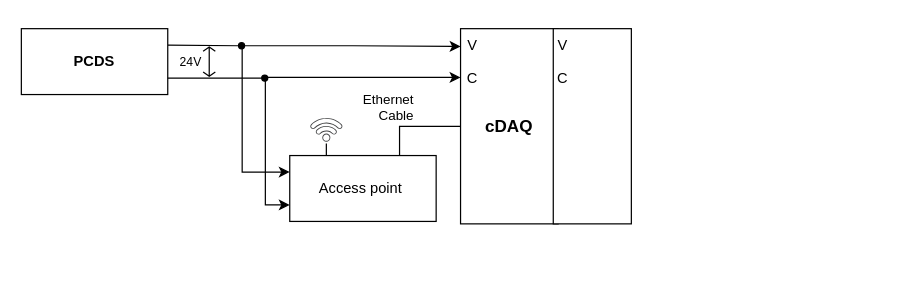
This is Ele_Layout.drawio from AnuragMTP/Figures-thesis, a draw.io file, before an edit. Source tidied: cells renumbered, new cells numbered last; positions are measured from the earlier drawing's top-left corner, leaving out a move shared by most shapes. Both pictures are drawn from the tidied source at 122%, with x=0, y=0 at pixel (21, 27).
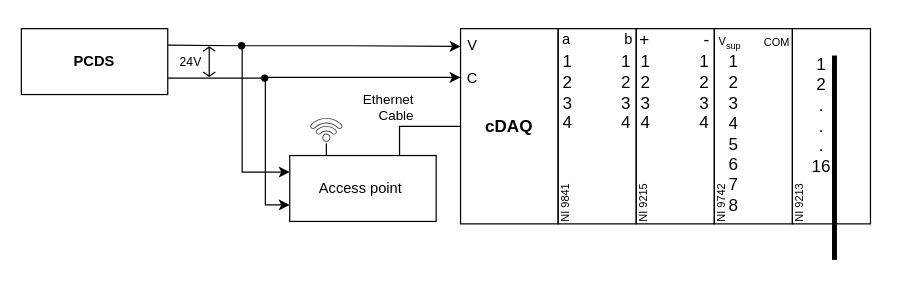
The same page after the edit.

What changed in the source:
```diff
@@
+    <mxCell id="25" style="group;" parent="1" vertex="1">
+      <mxGeometry x="340" y="-5" width="375" height="195" as="geometry" />
+    </mxCell>
-    <mxCell id="17" style="group;" parent="1" vertex="1">
-      <mxGeometry x="340" width="100" height="161" as="geometry" />
+    <mxCell id="17" style="group;" parent="25" vertex="1">
+      <mxGeometry y="5" width="100" height="161" as="geometry" />
     </mxCell>
@@
-    <mxCell id="21" style="group;" parent="1" vertex="1">
-      <mxGeometry x="420" width="80" height="161" as="geometry" />
-    </mxCell>
-    <mxCell id="22" style="rounded=0;whiteSpace=wrap;html=1;labelPosition=center;verticalLabelPosition=middle;align=center;verticalAlign=middle;" parent="21" vertex="1">
-      <mxGeometry x="16" y="1" width="64" height="160" as="geometry" />
-    </mxCell>
-    <mxCell id="23" value="V" style="text;html=1;strokeColor=none;fillColor=none;align=center;verticalAlign=middle;whiteSpace=wrap;rounded=0;" parent="21" vertex="1">
-      <mxGeometry width="48" height="30" as="geometry" />
-    </mxCell>
-    <mxCell id="24" value="C" style="text;html=1;strokeColor=none;fillColor=none;align=center;verticalAlign=middle;whiteSpace=wrap;rounded=0;" parent="21" vertex="1">
-      <mxGeometry y="27" width="48" height="30" as="geometry" />
-    </mxCell>
+    <mxCell id="26" style="group;" parent="25" vertex="1">
+      <mxGeometry x="84" width="291" height="195" as="geometry" />
+    </mxCell>
+    <mxCell id="27" style="group;" parent="26" vertex="1">
+      <mxGeometry x="64" width="99" height="166" as="geometry" />
+    </mxCell>
+    <mxCell id="28" style="group;" parent="27" vertex="1">
+      <mxGeometry width="99" height="166" as="geometry" />
+    </mxCell>
+    <mxCell id="29" style="group;" parent="28" vertex="1">
+      <mxGeometry y="5" width="99" height="161" as="geometry" />
+    </mxCell>
+    <mxCell id="30" style="rounded=0;whiteSpace=wrap;html=1;labelPosition=center;verticalLabelPosition=middle;align=center;verticalAlign=middle;fillColor=none;" parent="29" vertex="1">
+      <mxGeometry x="16" y="1" width="64" height="160" as="geometry" />
+    </mxCell>
+    <mxCell id="31" style="group;" parent="29" vertex="1">
+      <mxGeometry x="-1" y="-5" width="98" height="75" as="geometry" />
+    </mxCell>
+    <mxCell id="32" value="&lt;font style=&quot;&quot;&gt;&lt;span style=&quot;font-size: 14px;&quot;&gt;1&lt;/span&gt;&lt;br&gt;&lt;span style=&quot;font-size: 14px;&quot;&gt;2&lt;/span&gt;&lt;br&gt;&lt;span style=&quot;font-size: 14px;&quot;&gt;3&lt;/span&gt;&lt;br&gt;&lt;div style=&quot;text-align: left;&quot;&gt;&lt;span style=&quot;font-size: 14px;&quot;&gt;4&lt;/span&gt;&lt;/div&gt;&lt;/font&gt;" style="text;html=1;strokeColor=none;fillColor=none;align=center;verticalAlign=middle;whiteSpace=wrap;rounded=0;" parent="31" vertex="1">
+      <mxGeometry x="1" y="43" width="48" height="30" as="geometry" />
+    </mxCell>
+    <mxCell id="33" value="&lt;font style=&quot;font-size: 14px;&quot;&gt;+&lt;/font&gt;" style="text;html=1;strokeColor=none;fillColor=none;align=center;verticalAlign=middle;whiteSpace=wrap;rounded=0;" parent="31" vertex="1">
+      <mxGeometry width="48" height="30" as="geometry" />
+    </mxCell>
+    <mxCell id="34" value="&lt;font style=&quot;font-size: 14px;&quot;&gt;1&lt;br&gt;2&lt;br&gt;3&lt;br&gt;4&lt;/font&gt;" style="text;html=1;strokeColor=none;fillColor=none;align=center;verticalAlign=middle;whiteSpace=wrap;rounded=0;" parent="31" vertex="1">
+      <mxGeometry x="49" y="43" width="48" height="30" as="geometry" />
+    </mxCell>
+    <mxCell id="35" style="edgeStyle=elbowEdgeStyle;rounded=0;orthogonalLoop=1;jettySize=auto;html=1;exitX=0.75;exitY=0;exitDx=0;exitDy=0;fontSize=14;fontColor=none;endArrow=none;endFill=0;" parent="31" edge="1" source="32" target="32">
+      <mxGeometry relative="1" as="geometry" />
+    </mxCell>
+    <mxCell id="36" value="&lt;font style=&quot;font-size: 9px;&quot;&gt;NI 9215&lt;/font&gt;" style="text;html=1;strokeColor=none;fillColor=none;align=center;verticalAlign=top;whiteSpace=wrap;rounded=0;fontSize=12;fontColor=none;rotation=270;flipV=1;flipH=1;direction=west;horizontal=1;textDirection=ltr;" parent="29" vertex="1">
+      <mxGeometry x="-8" y="129" width="60" height="30" as="geometry" />
+    </mxCell>
+    <mxCell id="37" value="&lt;font style=&quot;font-size: 14px;&quot;&gt;-&lt;/font&gt;" style="text;html=1;strokeColor=none;fillColor=none;align=center;verticalAlign=middle;whiteSpace=wrap;rounded=0;" parent="28" vertex="1">
+      <mxGeometry x="50" width="48" height="30" as="geometry" />
+    </mxCell>
+    <mxCell id="38" style="group;" parent="26" vertex="1">
+      <mxGeometry x="192" width="99" height="195" as="geometry" />
+    </mxCell>
+    <mxCell id="39" style="group;" parent="38" vertex="1">
+      <mxGeometry width="99" height="195" as="geometry" />
+    </mxCell>
+    <mxCell id="40" style="group;" parent="39" vertex="1">
+      <mxGeometry y="5" width="99" height="190" as="geometry" />
+    </mxCell>
+    <mxCell id="41" value="&lt;font style=&quot;font-size: 9px;&quot;&gt;NI 9213&lt;/font&gt;" style="text;html=1;strokeColor=none;fillColor=none;align=center;verticalAlign=top;whiteSpace=wrap;rounded=0;fontSize=12;fontColor=none;rotation=270;flipV=1;flipH=1;direction=west;horizontal=1;textDirection=ltr;" parent="40" vertex="1">
+      <mxGeometry x="-8" y="129" width="60" height="30" as="geometry" />
+    </mxCell>
+    <mxCell id="42" value="&lt;font style=&quot;font-size: 14px;&quot;&gt;1&lt;br&gt;2&lt;br&gt;.&lt;br&gt;.&lt;br&gt;.&lt;br&gt;16&lt;br&gt;&lt;/font&gt;" style="text;html=1;strokeColor=none;fillColor=none;align=center;verticalAlign=middle;whiteSpace=wrap;rounded=0;" parent="40" vertex="1">
+      <mxGeometry x="16" y="56.5" width="48" height="30" as="geometry" />
+    </mxCell>
+    <mxCell id="43" style="group;" parent="40" vertex="1">
+      <mxGeometry x="16" y="1" width="64" height="189" as="geometry" />
+    </mxCell>
+    <mxCell id="44" style="rounded=0;whiteSpace=wrap;html=1;labelPosition=center;verticalLabelPosition=middle;align=center;verticalAlign=middle;fillColor=none;" parent="43" vertex="1">
+      <mxGeometry width="64" height="160" as="geometry" />
+    </mxCell>
+    <mxCell id="45" style="rounded=0;whiteSpace=wrap;html=1;fontSize=14;fontColor=none;fillColor=#000000;gradientColor=none;" parent="43" vertex="1">
+      <mxGeometry x="33" y="22.5" width="3" height="166.5" as="geometry" />
+    </mxCell>
+    <mxCell id="46" style="group;" parent="26" vertex="1">
+      <mxGeometry width="99" height="166" as="geometry" />
+    </mxCell>
+    <mxCell id="47" style="group;" parent="46" vertex="1">
+      <mxGeometry width="99" height="166" as="geometry" />
+    </mxCell>
+    <mxCell id="48" style="group;" parent="47" vertex="1">
+      <mxGeometry y="5" width="99" height="161" as="geometry" />
+    </mxCell>
+    <mxCell id="49" style="rounded=0;whiteSpace=wrap;html=1;labelPosition=center;verticalLabelPosition=middle;align=center;verticalAlign=middle;fillColor=none;" parent="48" vertex="1">
+      <mxGeometry x="16" y="1" width="64" height="160" as="geometry" />
+    </mxCell>
+    <mxCell id="50" style="group;" parent="48" vertex="1">
+      <mxGeometry x="-1" y="-5" width="98" height="75" as="geometry" />
+    </mxCell>
+    <mxCell id="51" value="&lt;font style=&quot;&quot;&gt;&lt;span style=&quot;font-size: 14px;&quot;&gt;1&lt;/span&gt;&lt;br&gt;&lt;span style=&quot;font-size: 14px;&quot;&gt;2&lt;/span&gt;&lt;br&gt;&lt;span style=&quot;font-size: 14px;&quot;&gt;3&lt;/span&gt;&lt;br&gt;&lt;div style=&quot;text-align: left;&quot;&gt;&lt;span style=&quot;font-size: 14px;&quot;&gt;4&lt;/span&gt;&lt;/div&gt;&lt;/font&gt;" style="text;html=1;strokeColor=none;fillColor=none;align=center;verticalAlign=middle;whiteSpace=wrap;rounded=0;" parent="50" vertex="1">
+      <mxGeometry x="1" y="43" width="48" height="30" as="geometry" />
+    </mxCell>
+    <mxCell id="52" value="a" style="text;html=1;strokeColor=none;fillColor=none;align=center;verticalAlign=middle;whiteSpace=wrap;rounded=0;" parent="50" vertex="1">
+      <mxGeometry width="48" height="30" as="geometry" />
+    </mxCell>
+    <mxCell id="53" value="&lt;font style=&quot;font-size: 14px;&quot;&gt;1&lt;br&gt;2&lt;br&gt;3&lt;br&gt;4&lt;/font&gt;" style="text;html=1;strokeColor=none;fillColor=none;align=center;verticalAlign=middle;whiteSpace=wrap;rounded=0;" parent="50" vertex="1">
+      <mxGeometry x="49" y="43" width="48" height="30" as="geometry" />
+    </mxCell>
+    <mxCell id="54" style="edgeStyle=elbowEdgeStyle;rounded=0;orthogonalLoop=1;jettySize=auto;html=1;exitX=0.75;exitY=0;exitDx=0;exitDy=0;fontSize=14;fontColor=none;endArrow=none;endFill=0;" parent="50" edge="1" source="51" target="51">
+      <mxGeometry relative="1" as="geometry" />
+    </mxCell>
+    <mxCell id="55" value="&lt;font style=&quot;font-size: 9px;&quot;&gt;NI 9841&lt;/font&gt;" style="text;html=1;strokeColor=none;fillColor=none;align=center;verticalAlign=top;whiteSpace=wrap;rounded=0;fontSize=12;fontColor=none;rotation=270;flipV=1;flipH=1;direction=west;horizontal=1;textDirection=ltr;" parent="48" vertex="1">
+      <mxGeometry x="-8" y="129" width="60" height="30" as="geometry" />
+    </mxCell>
+    <mxCell id="56" value="b" style="text;html=1;strokeColor=none;fillColor=none;align=center;verticalAlign=middle;whiteSpace=wrap;rounded=0;" parent="47" vertex="1">
+      <mxGeometry x="50" width="48" height="30" as="geometry" />
+    </mxCell>
+    <mxCell id="57" style="group;" parent="26" vertex="1">
+      <mxGeometry x="128" y="2" width="103" height="164" as="geometry" />
+    </mxCell>
+    <mxCell id="58" style="group;" parent="57" vertex="1">
+      <mxGeometry y="3" width="80" height="161" as="geometry" />
+    </mxCell>
+    <mxCell id="59" style="rounded=0;whiteSpace=wrap;html=1;labelPosition=center;verticalLabelPosition=middle;align=center;verticalAlign=middle;fillColor=none;" parent="58" vertex="1">
+      <mxGeometry x="16" y="1" width="64" height="160" as="geometry" />
+    </mxCell>
+    <mxCell id="60" value="&lt;div style=&quot;text-align: center; font-size: 9px;&quot;&gt;&lt;span style=&quot;background-color: initial;&quot;&gt;V&lt;/span&gt;&lt;sub style=&quot;background-color: initial;&quot;&gt;sup&lt;/sub&gt;&lt;/div&gt;" style="text;html=1;strokeColor=none;fillColor=none;align=left;verticalAlign=middle;whiteSpace=wrap;rounded=0;" parent="58" vertex="1">
+      <mxGeometry x="18" y="-2" width="48" height="30" as="geometry" />
+    </mxCell>
+    <mxCell id="61" value="&lt;font style=&quot;font-size: 14px;&quot;&gt;1&lt;br&gt;2&lt;br&gt;3&lt;br&gt;4&lt;br&gt;5&lt;br&gt;6&lt;br&gt;7&lt;br&gt;8&lt;br&gt;&lt;/font&gt;" style="text;html=1;strokeColor=none;fillColor=none;align=center;verticalAlign=middle;whiteSpace=wrap;rounded=0;" parent="58" vertex="1">
+      <mxGeometry x="8" y="72" width="48" height="30" as="geometry" />
+    </mxCell>
+    <mxCell id="62" style="edgeStyle=elbowEdgeStyle;rounded=0;orthogonalLoop=1;jettySize=auto;html=1;exitX=0.75;exitY=0;exitDx=0;exitDy=0;fontSize=14;fontColor=none;endArrow=none;endFill=0;" parent="58" edge="1" source="61" target="61">
+      <mxGeometry relative="1" as="geometry" />
+    </mxCell>
+    <mxCell id="63" value="&lt;font style=&quot;font-size: 9px;&quot;&gt;NI 9742&lt;/font&gt;" style="text;html=1;strokeColor=none;fillColor=none;align=center;verticalAlign=top;whiteSpace=wrap;rounded=0;fontSize=12;fontColor=none;rotation=270;flipV=1;flipH=1;direction=west;horizontal=1;textDirection=ltr;" parent="58" vertex="1">
+      <mxGeometry x="-8" y="129" width="60" height="30" as="geometry" />
+    </mxCell>
+    <mxCell id="64" value="&lt;div style=&quot;text-align: center;&quot;&gt;&lt;font style=&quot;font-size: 9px;&quot;&gt;COM&lt;/font&gt;&lt;/div&gt;" style="text;html=1;strokeColor=none;fillColor=none;align=left;verticalAlign=middle;whiteSpace=wrap;rounded=0;" parent="57" vertex="1">
+      <mxGeometry x="55" width="48" height="30" as="geometry" />
+    </mxCell>
```
